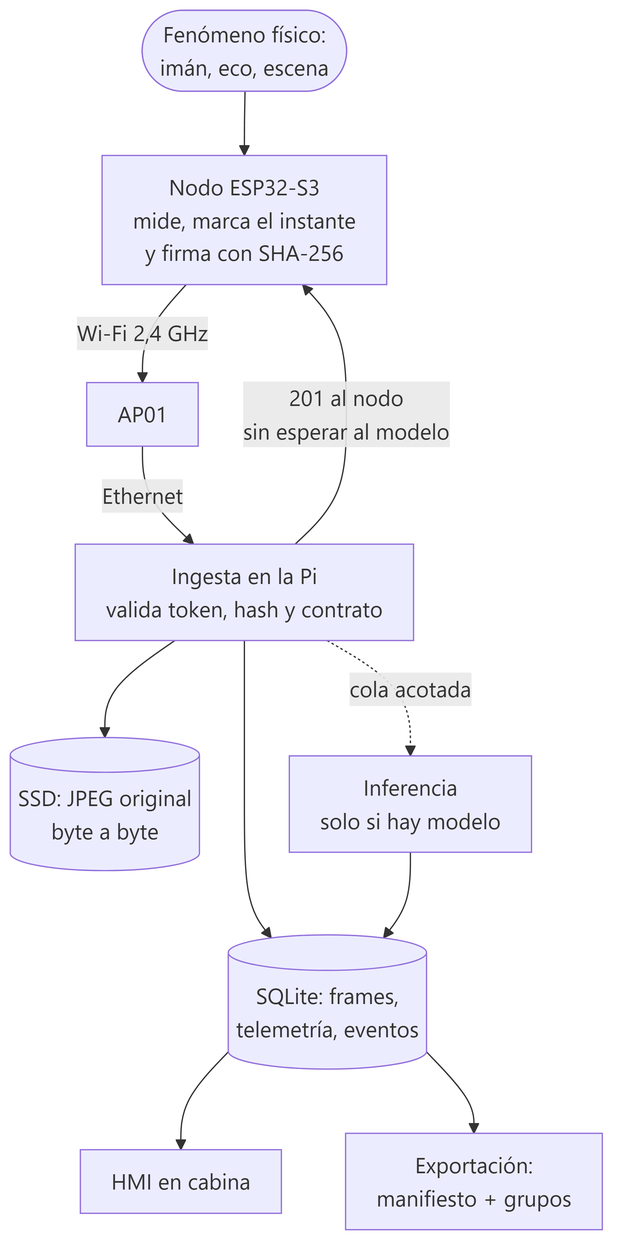
Earlier version of the Mermaid export docs/diagramas/03-cadena-datos.png (Camilo1408/config-ricevi). Its source is kept beside it as docs/diagramas/03-cadena-datos.mmd. Source of this version:
```mermaid
flowchart TD
  S(["Fenómeno físico:<br/>imán, eco, escena"]) --> N["Nodo ESP32-S3<br/>mide, marca el instante<br/>y firma con SHA-256"]
  N -->|"Wi-Fi 2,4 GHz"| AP["AP01"]
  AP -->|"Ethernet"| I["Ingesta en la Pi<br/>valida token, hash y contrato"]
  I --> D[("SSD: JPEG original<br/>byte a byte")]
  I --> BD[("SQLite: frames,<br/>telemetría, eventos")]
  I -->|"201 al nodo<br/>sin esperar al modelo"| N
  I -.->|"cola acotada"| M["Inferencia<br/>solo si hay modelo"]
  M --> BD
  BD --> H["HMI en cabina"]
  BD --> EX["Exportación:<br/>manifiesto + grupos"]
```
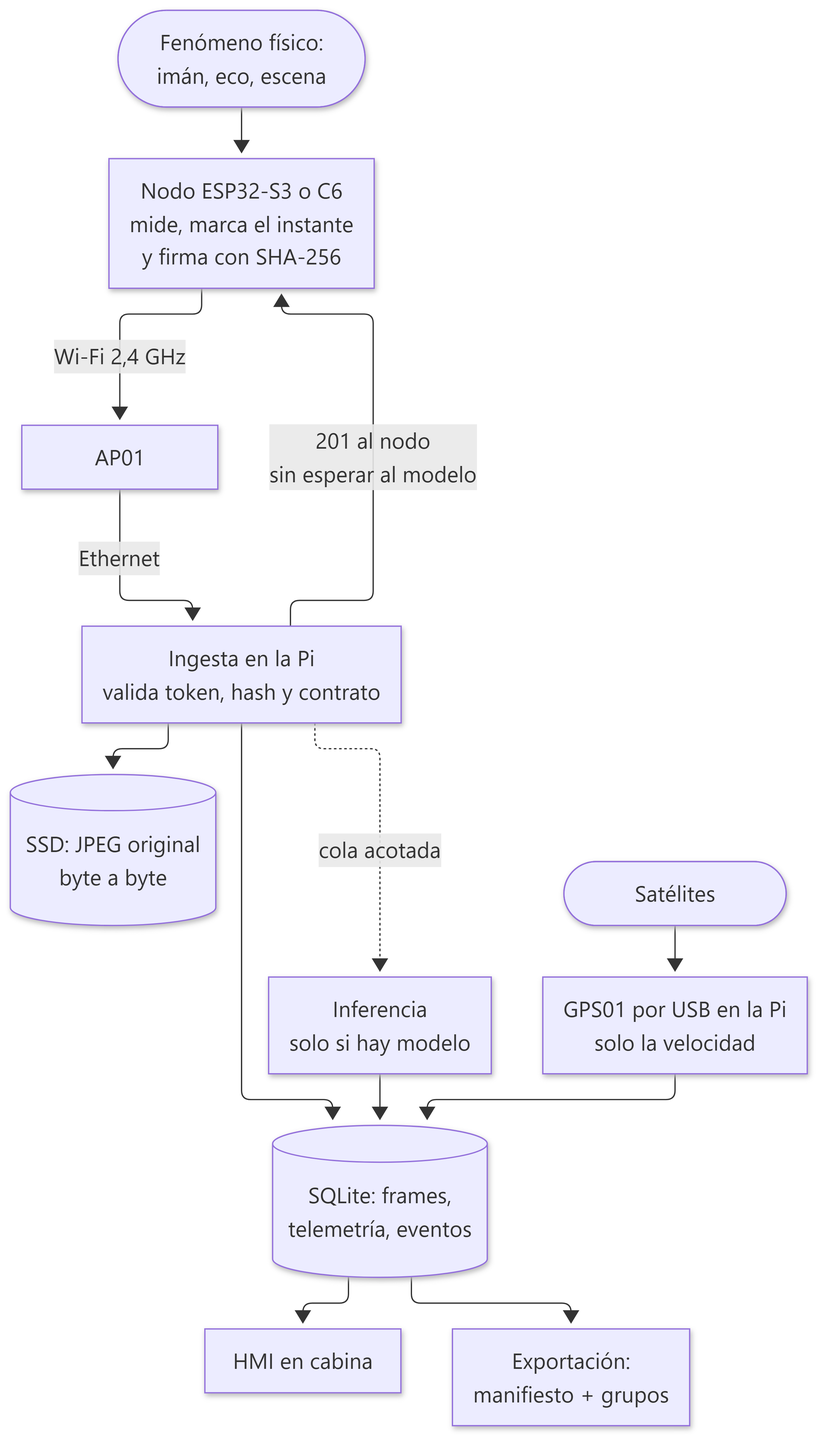
The same file after the commit.

Diff of the diagram source:
```diff
@@ -1,9 +1,11 @@
 flowchart TD
-  S(["Fenómeno físico:<br/>imán, eco, escena"]) --> N["Nodo ESP32-S3<br/>mide, marca el instante<br/>y firma con SHA-256"]
+  S(["Fenómeno físico:<br/>imán, eco, escena"]) --> N["Nodo ESP32-S3 o C6<br/>mide, marca el instante<br/>y firma con SHA-256"]
   N -->|"Wi-Fi 2,4 GHz"| AP["AP01"]
   AP -->|"Ethernet"| I["Ingesta en la Pi<br/>valida token, hash y contrato"]
   I --> D[("SSD: JPEG original<br/>byte a byte")]
   I --> BD[("SQLite: frames,<br/>telemetría, eventos")]
+  G(["Satélites"]) --> GPS["GPS01 por USB en la Pi<br/>solo la velocidad"]
+  GPS --> BD
   I -->|"201 al nodo<br/>sin esperar al modelo"| N
   I -.->|"cola acotada"| M["Inferencia<br/>solo si hay modelo"]
   M --> BD
```
